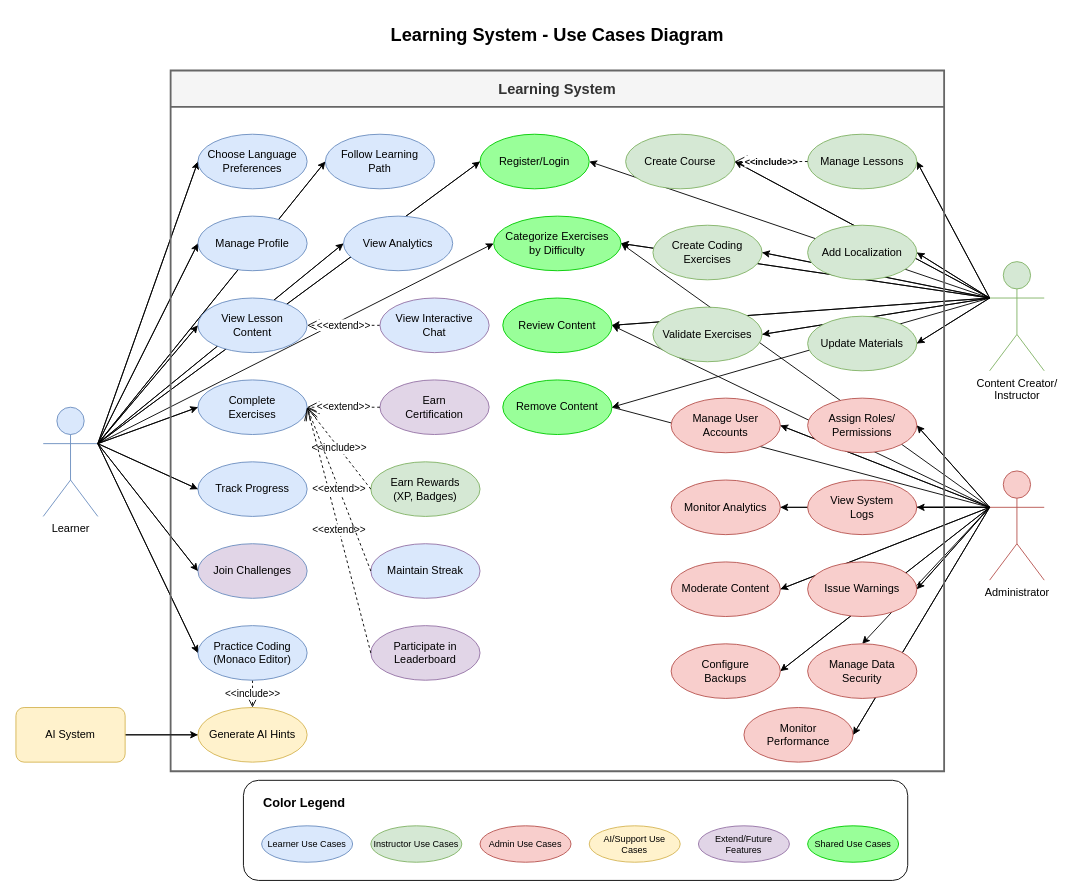
moh123mos/duocodo-docs keeps this draw.io diagram as docs/public/assets/CH05/use-case-diagram.drawio. Above is the earlier version. Source tidied: cells renumbered, new cells numbered last; positions are measured from the earlier drawing's top-left corner, leaving out a move shared by most shapes. Both pictures are drawn from the tidied source at 91%, with x=0, y=0 at pixel (15, 15).
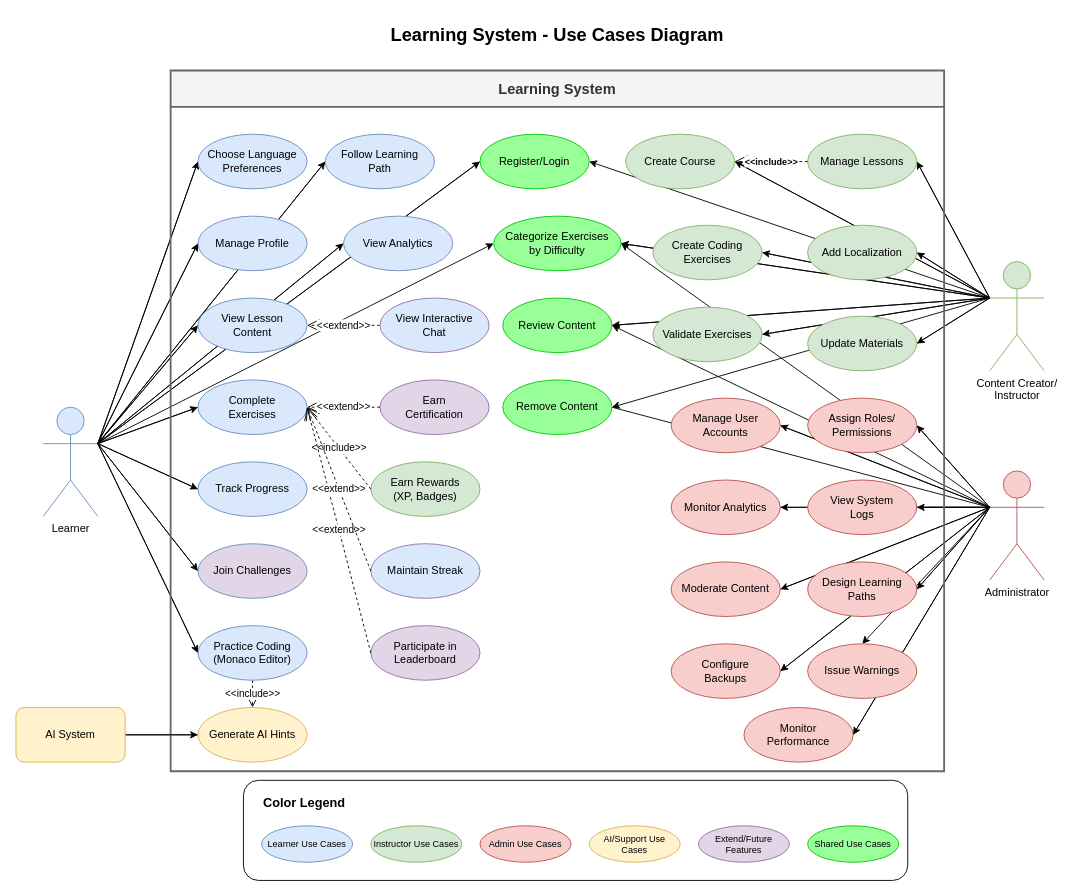
After the change.

Unchanged cells that the change refers to:
```xml
<mxCell id="68" value="Learning System" style="swimlane;whiteSpace=wrap;html=1;strokeWidth=2;fillColor=#f5f5f5;strokeColor=#666666;fontColor=#333333;fontSize=16;fontStyle=1;startSize=40;absoluteArcSize=1;" parent="1" vertex="1">
  <mxGeometry x="170" y="60" width="850" height="770" as="geometry" />
</mxCell>
```

Change to the diagram source:
```diff
@@
-    <mxCell id="98" value="Manage Data&lt;br&gt;Security" style="ellipse;whiteSpace=wrap;html=1;fillColor=#f8cecc;strokeColor=#b85450;" parent="68" vertex="1">
+    <mxCell id="98" value="&lt;span style=&quot;color: rgb(0, 0, 0);&quot;&gt;Issue Warnings&lt;/span&gt;" style="ellipse;whiteSpace=wrap;html=1;fillColor=#f8cecc;strokeColor=#b85450;" parent="68" vertex="1">
       <mxGeometry x="700" y="630" width="120" height="60" as="geometry" />
     </mxCell>
@@
-    <mxCell id="101" value="Issue Warnings" style="ellipse;whiteSpace=wrap;html=1;fillColor=#f8cecc;strokeColor=#b85450;" parent="68" vertex="1">
+    <mxCell id="101" value="Design Learning Paths" style="ellipse;whiteSpace=wrap;html=1;fillColor=#f8cecc;strokeColor=#b85450;" parent="68" vertex="1">
       <mxGeometry x="700" y="540" width="120" height="60" as="geometry" />
     </mxCell>
```
